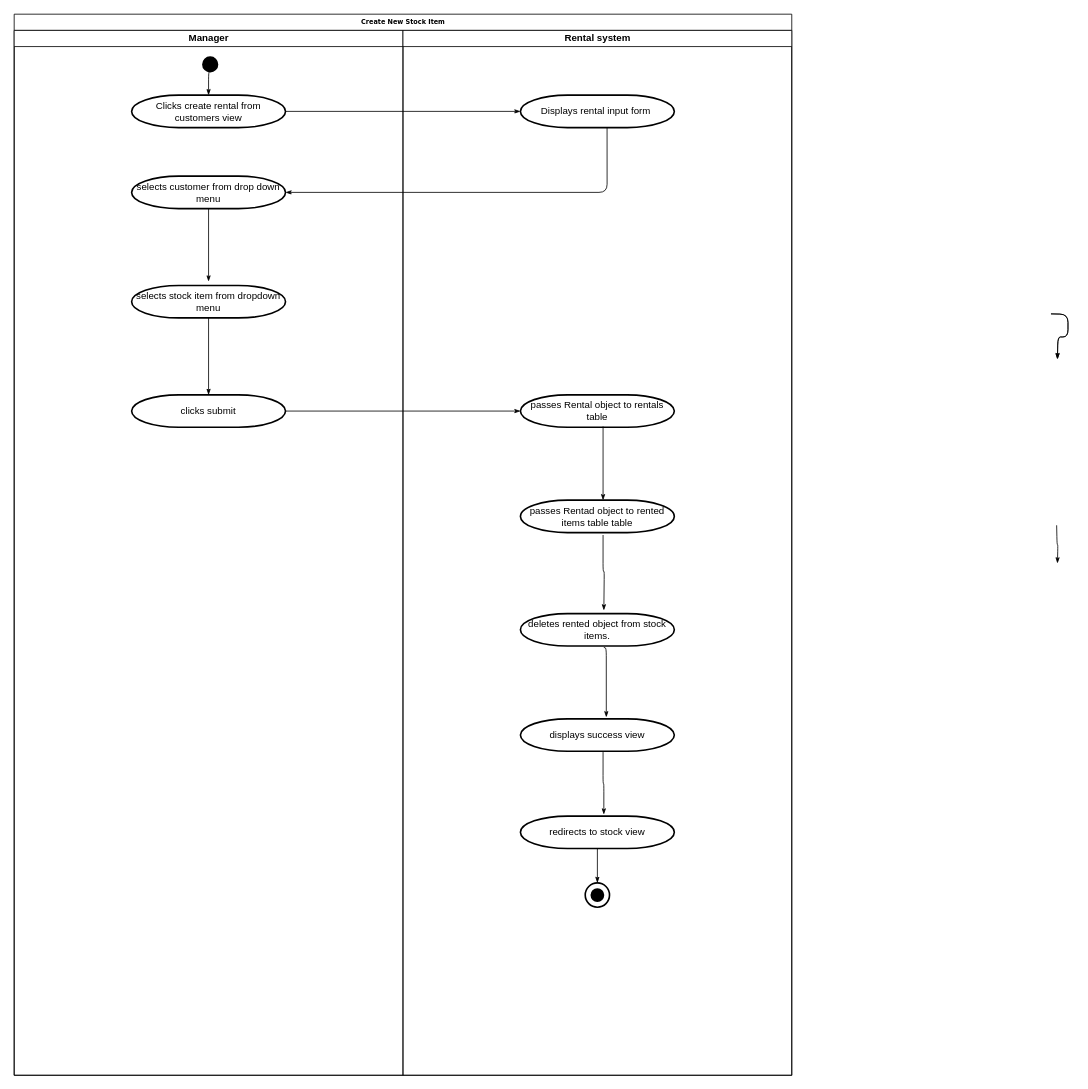
This is PDA/Diagrams/activity_diagrams/create_rental_activity_diagram.drawio from ED1978/Kitesurf-Rental-Store, a draw.io file, before an edit. Source tidied: cells renumbered, new cells numbered last; positions are measured from the earlier drawing's top-left corner, leaving out a move shared by most shapes. Both pictures are drawn from the tidied source at 81%, with x=0, y=0 at pixel (14, 14).
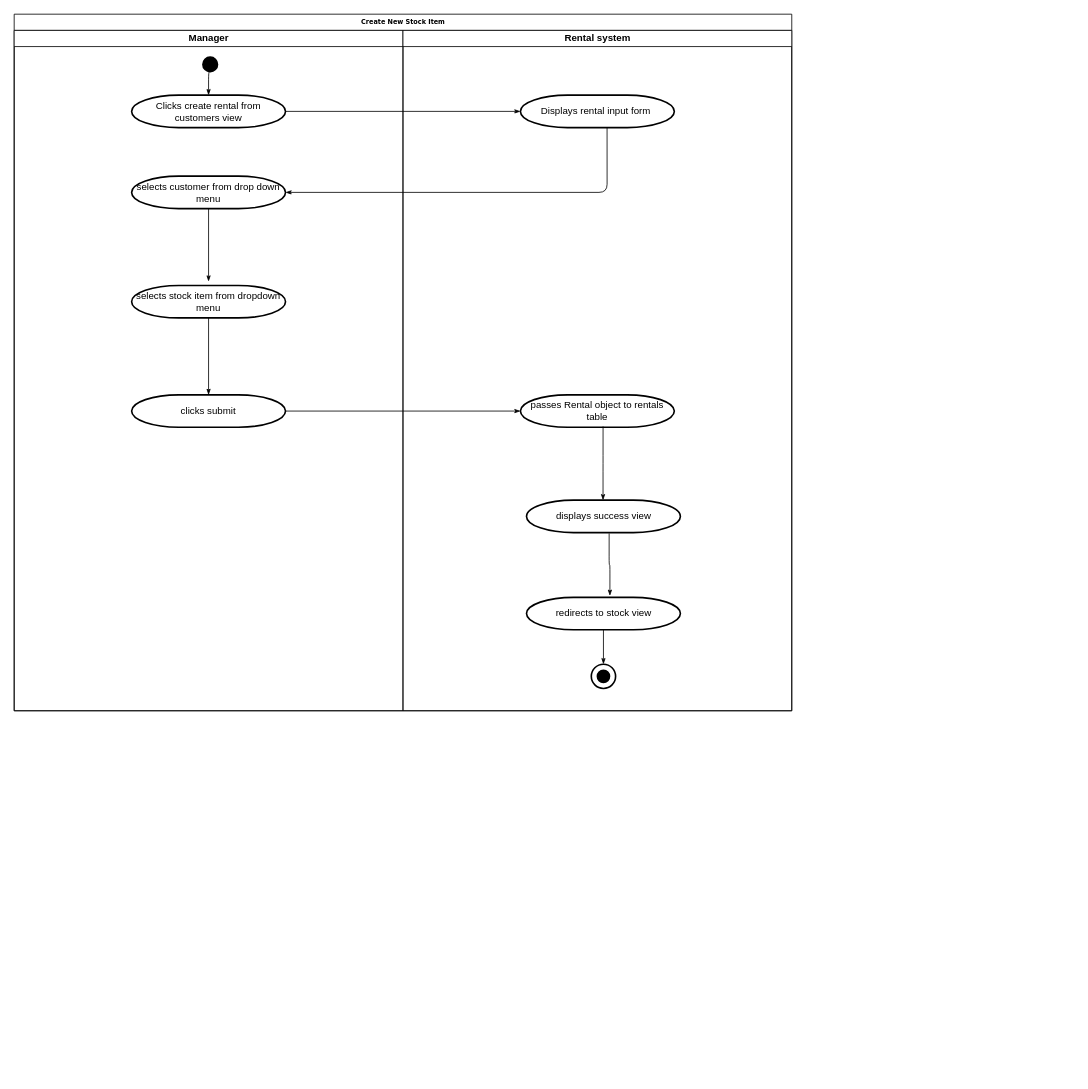
The same diagram, later.

Commit message:
simplified create rental activity diagram

Unchanged cells that the change refers to:
```xml
<mxCell id="14" value="passes Rental object to rentals table" style="strokeWidth=2;html=1;shape=mxgraph.flowchart.terminator;whiteSpace=wrap;fillColor=#FFFFFF;" parent="12" vertex="1">
  <mxGeometry x="145" y="450" width="190" height="40" as="geometry" />
</mxCell>
```

Change to the diagram source:
```diff
@@
     <mxCell id="2" value="Create New Stock Item" style="swimlane;html=1;startSize=20;rounded=0;shadow=0;labelBackgroundColor=none;strokeColor=#000000;strokeWidth=1;fillColor=#ffffff;fontFamily=Verdana;fontSize=8;fontColor=#000000;align=center;" parent="1" vertex="1">
-      <mxGeometry width="960" height="1310" as="geometry" />
+      <mxGeometry width="960" height="860" as="geometry" />
     </mxCell>
     <mxCell id="3" value="Manager" style="swimlane;html=1;startSize=20;" parent="2" vertex="1">
-      <mxGeometry y="20" width="480" height="1290" as="geometry" />
+      <mxGeometry y="20" width="480" height="840" as="geometry" />
     </mxCell>
@@
     <mxCell id="12" value="Rental system" style="swimlane;html=1;startSize=20;" parent="2" vertex="1">
-      <mxGeometry x="480" y="20" width="480" height="1290" as="geometry" />
+      <mxGeometry x="480" y="20" width="480" height="840" as="geometry" />
     </mxCell>
@@
-    <mxCell id="15" style="edgeStyle=orthogonalEdgeStyle;rounded=1;html=1;labelBackgroundColor=none;startArrow=none;startFill=0;startSize=5;endArrow=classicThin;endFill=1;endSize=5;jettySize=auto;strokeColor=#000000;strokeWidth=1;fontFamily=Verdana;fontSize=8;fontColor=#000000;entryX=0.537;entryY=0;entryDx=0;entryDy=0;entryPerimeter=0;exitX=0.537;exitY=0.975;exitDx=0;exitDy=0;exitPerimeter=0;" parent="12" edge="1" source="14" target="26">
-      <mxGeometry relative="1" as="geometry" />
+    <mxCell id="15" style="edgeStyle=orthogonalEdgeStyle;rounded=1;html=1;labelBackgroundColor=none;startArrow=none;startFill=0;startSize=5;endArrow=classicThin;endFill=1;endSize=5;jettySize=auto;strokeColor=#000000;strokeWidth=1;fontFamily=Verdana;fontSize=8;fontColor=#000000;entryX=0.537;entryY=0;entryDx=0;entryDy=0;entryPerimeter=0;exitX=0.537;exitY=0.975;exitDx=0;exitDy=0;exitPerimeter=0;" parent="12" edge="1" source="14">
+      <mxGeometry relative="1" as="geometry">
+        <mxPoint x="247" y="580" as="targetPoint" />
+      </mxGeometry>
     </mxCell>
     <mxCell id="16" value="displays success view" style="strokeWidth=2;html=1;shape=mxgraph.flowchart.terminator;whiteSpace=wrap;fillColor=#FFFFFF;" parent="12" vertex="1">
-      <mxGeometry x="145" y="850" width="190" height="40" as="geometry" />
+      <mxGeometry x="152.5" y="580" width="190" height="40" as="geometry" />
     </mxCell>
-    <mxCell id="17" style="edgeStyle=orthogonalEdgeStyle;rounded=1;html=1;labelBackgroundColor=none;startArrow=none;startFill=0;startSize=5;endArrow=classicThin;endFill=1;endSize=5;jettySize=auto;orthogonalLoop=1;strokeColor=#000000;strokeWidth=1;fontFamily=Verdana;fontSize=8;fontColor=#000000;exitX=0.5;exitY=1;exitDx=0;exitDy=0;exitPerimeter=0;entryX=0.542;entryY=0.025;entryDx=0;entryDy=0;entryPerimeter=0;" parent="12" edge="1">
-      <mxGeometry relative="1" as="geometry">
-        <mxPoint x="800" y="350" as="sourcePoint" />
-        <mxPoint x="808" y="406" as="targetPoint" />
-      </mxGeometry>
-    </mxCell>
-    <mxCell id="18" style="edgeStyle=orthogonalEdgeStyle;rounded=1;html=1;labelBackgroundColor=none;startArrow=none;startFill=0;startSize=5;endArrow=classicThin;endFill=1;endSize=5;jettySize=auto;orthogonalLoop=1;strokeColor=#000000;strokeWidth=1;fontFamily=Verdana;fontSize=8;fontColor=#000000;exitX=0.5;exitY=1;exitDx=0;exitDy=0;exitPerimeter=0;entryX=0.542;entryY=0.025;entryDx=0;entryDy=0;entryPerimeter=0;" parent="12" edge="1">
-      <mxGeometry relative="1" as="geometry">
-        <mxPoint x="800" y="350" as="sourcePoint" />
-        <mxPoint x="808" y="406" as="targetPoint" />
-      </mxGeometry>
-    </mxCell>
     <mxCell id="19" value="redirects to stock view" style="strokeWidth=2;html=1;shape=mxgraph.flowchart.terminator;whiteSpace=wrap;fillColor=#FFFFFF;" parent="12" vertex="1">
-      <mxGeometry x="145" y="970" width="190" height="40" as="geometry" />
+      <mxGeometry x="152.5" y="700" width="190" height="40" as="geometry" />
     </mxCell>
@@
     <mxCell id="21" style="group;" parent="12" vertex="1">
-      <mxGeometry x="225" y="1052.5" width="30" height="30" as="geometry" />
+      <mxGeometry x="232.5" y="782.5" width="30" height="30" as="geometry" />
     </mxCell>
@@
-    <mxCell id="24" style="edgeStyle=orthogonalEdgeStyle;rounded=1;html=1;labelBackgroundColor=none;startArrow=none;startFill=0;startSize=5;endArrow=classicThin;endFill=1;endSize=5;jettySize=auto;orthogonalLoop=1;strokeColor=#000000;strokeWidth=1;fontFamily=Verdana;fontSize=8;fontColor=#000000;exitX=0.537;exitY=1.025;exitDx=0;exitDy=0;exitPerimeter=0;entryX=0.542;entryY=-0.05;entryDx=0;entryDy=0;entryPerimeter=0;" parent="12" edge="1">
-      <mxGeometry relative="1" as="geometry">
-        <mxPoint x="807" y="611" as="sourcePoint" />
-        <mxPoint x="808" y="658" as="targetPoint" />
-      </mxGeometry>
-    </mxCell>
@@
-    <mxCell id="26" value="passes Rentad object to rented items table table" style="strokeWidth=2;html=1;shape=mxgraph.flowchart.terminator;whiteSpace=wrap;fillColor=#FFFFFF;" parent="12" vertex="1">
-      <mxGeometry x="145" y="580" width="190" height="40" as="geometry" />
-    </mxCell>
-    <mxCell id="27" value="deletes rented object from stock items." style="strokeWidth=2;html=1;shape=mxgraph.flowchart.terminator;whiteSpace=wrap;fillColor=#FFFFFF;" parent="12" vertex="1">
-      <mxGeometry x="145" y="720" width="190" height="40" as="geometry" />
-    </mxCell>
-    <mxCell id="28" style="edgeStyle=orthogonalEdgeStyle;rounded=1;html=1;labelBackgroundColor=none;startArrow=none;startFill=0;startSize=5;endArrow=classicThin;endFill=1;endSize=5;jettySize=auto;strokeColor=#000000;strokeWidth=1;fontFamily=Verdana;fontSize=8;fontColor=#000000;exitX=0.537;exitY=1.075;exitDx=0;exitDy=0;exitPerimeter=0;" parent="12" edge="1" source="26">
-      <mxGeometry relative="1" as="geometry">
-        <mxPoint x="248" y="716" as="targetPoint" />
-      </mxGeometry>
-    </mxCell>
-    <mxCell id="29" style="edgeStyle=orthogonalEdgeStyle;rounded=1;html=1;labelBackgroundColor=none;startArrow=none;startFill=0;startSize=5;endArrow=classicThin;endFill=1;endSize=5;jettySize=auto;strokeColor=#000000;strokeWidth=1;fontFamily=Verdana;fontSize=8;fontColor=#000000;entryX=0.558;entryY=-0.05;entryDx=0;entryDy=0;entryPerimeter=0;exitX=0.542;exitY=1.05;exitDx=0;exitDy=0;exitPerimeter=0;" parent="12" edge="1" source="27" target="16">
-      <mxGeometry relative="1" as="geometry">
-        <Array as="points">
-          <mxPoint x="251" y="762" />
-        </Array>
-      </mxGeometry>
-    </mxCell>
```
